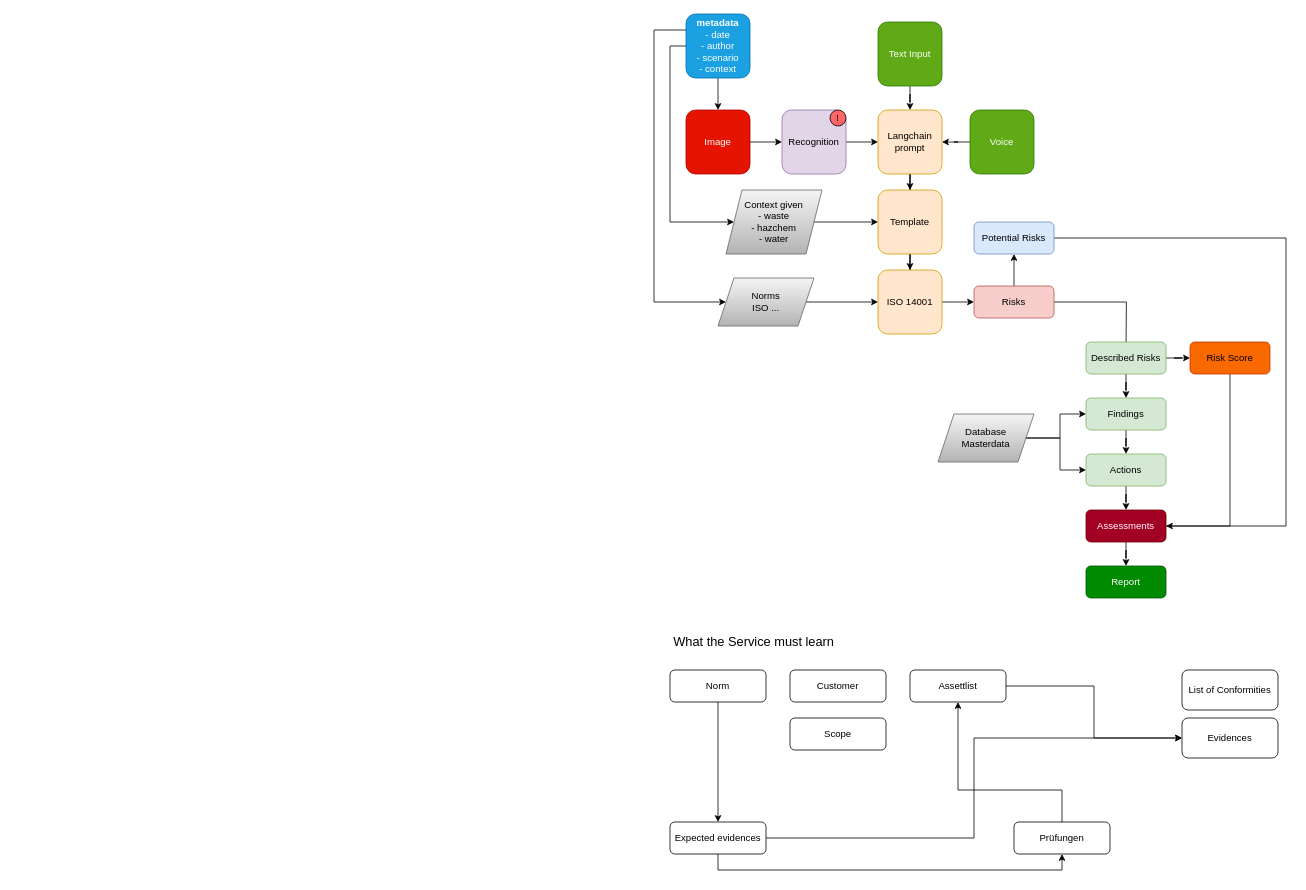
The draw.io diagram Untitled Diagram.drawio in beeplaced/beeplaced, before the edit. Source tidied: cells renumbered, new cells numbered last; positions are measured from the earlier drawing's top-left corner, leaving out a move shared by most shapes. Both pictures are drawn from the tidied source at 80%, with x=0, y=0 at pixel (654, 14).
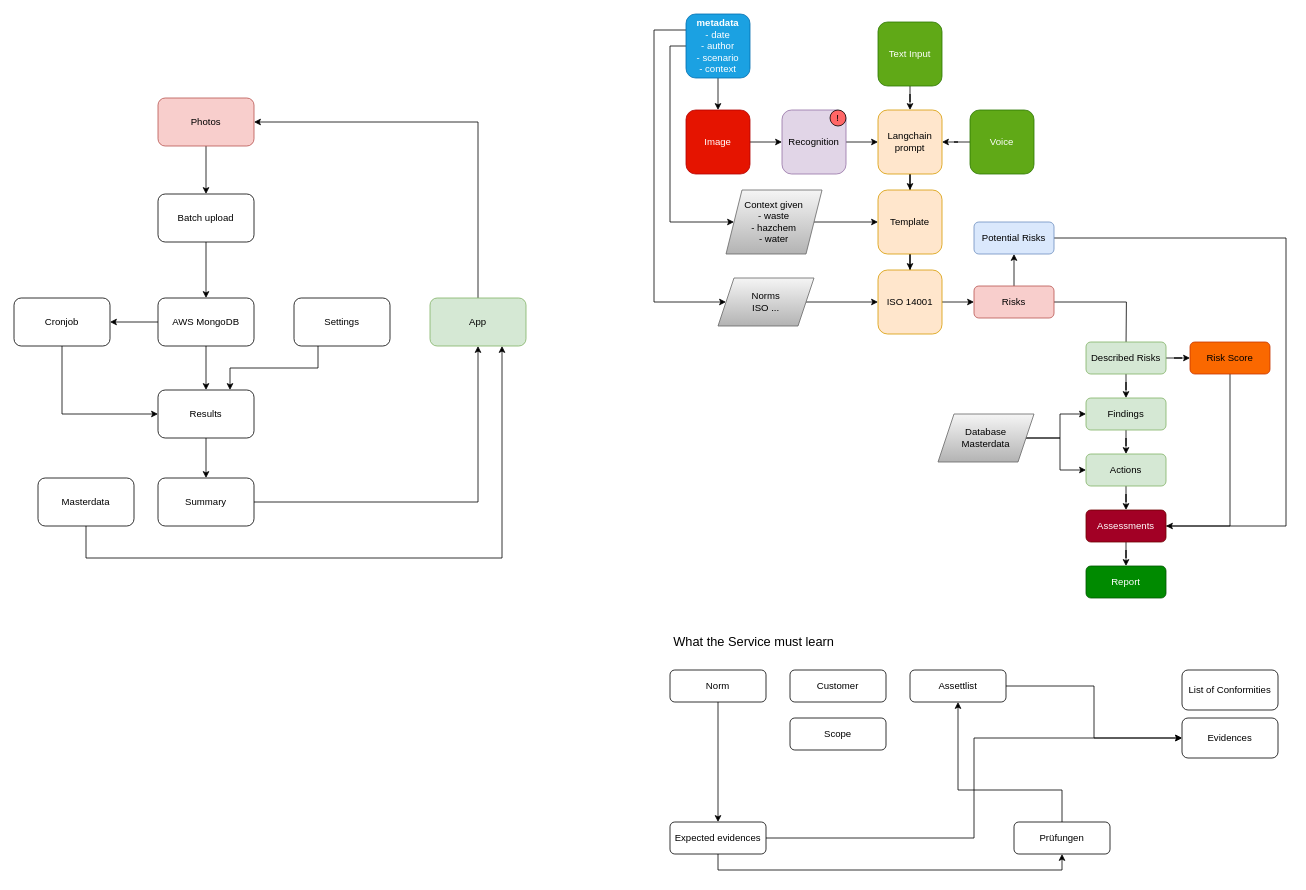
The same page after the edit.

The edit, as a diff of the source:
```diff
@@
+    <mxCell id="59" style="edgeStyle=orthogonalEdgeStyle;rounded=0;jettySize=auto;html=1;" parent="1" edge="1" source="60" target="62">
+      <mxGeometry relative="1" as="geometry" />
+    </mxCell>
+    <mxCell id="60" value="Photos" style="rounded=1;whiteSpace=wrap;html=1;fillColor=#f8cecc;strokeColor=#b85450;" parent="1" vertex="1">
+      <mxGeometry x="-620" y="105" width="120" height="60" as="geometry" />
+    </mxCell>
+    <mxCell id="61" style="edgeStyle=orthogonalEdgeStyle;rounded=0;jettySize=auto;html=1;" parent="1" edge="1" source="62" target="65">
+      <mxGeometry relative="1" as="geometry" />
+    </mxCell>
+    <mxCell id="62" value="Batch upload" style="rounded=1;whiteSpace=wrap;html=1;" parent="1" vertex="1">
+      <mxGeometry x="-620" y="225" width="120" height="60" as="geometry" />
+    </mxCell>
+    <mxCell id="63" style="edgeStyle=orthogonalEdgeStyle;rounded=0;jettySize=auto;html=1;" parent="1" edge="1" source="65" target="69">
+      <mxGeometry relative="1" as="geometry" />
+    </mxCell>
+    <mxCell id="64" style="edgeStyle=orthogonalEdgeStyle;rounded=0;jettySize=auto;html=1;" parent="1" edge="1" source="65" target="67">
+      <mxGeometry relative="1" as="geometry" />
+    </mxCell>
+    <mxCell id="65" value="AWS MongoDB" style="rounded=1;whiteSpace=wrap;html=1;" parent="1" vertex="1">
+      <mxGeometry x="-620" y="355" width="120" height="60" as="geometry" />
+    </mxCell>
+    <mxCell id="66" style="edgeStyle=orthogonalEdgeStyle;rounded=0;jettySize=auto;html=1;entryX=0;entryY=0.5;entryDx=0;entryDy=0;exitX=0.5;exitY=1;exitDx=0;exitDy=0;" parent="1" edge="1" source="67" target="69">
+      <mxGeometry relative="1" as="geometry" />
+    </mxCell>
+    <mxCell id="67" value="Cronjob" style="rounded=1;whiteSpace=wrap;html=1;" parent="1" vertex="1">
+      <mxGeometry x="-800" y="355" width="120" height="60" as="geometry" />
+    </mxCell>
+    <mxCell id="68" style="edgeStyle=orthogonalEdgeStyle;rounded=0;jettySize=auto;html=1;" parent="1" edge="1" source="69" target="71">
+      <mxGeometry relative="1" as="geometry" />
+    </mxCell>
+    <mxCell id="69" value="Results" style="rounded=1;whiteSpace=wrap;html=1;" parent="1" vertex="1">
+      <mxGeometry x="-620" y="470" width="120" height="60" as="geometry" />
+    </mxCell>
+    <mxCell id="70" style="edgeStyle=orthogonalEdgeStyle;rounded=0;jettySize=auto;html=1;entryX=0.5;entryY=1;entryDx=0;entryDy=0;" parent="1" edge="1" source="71" target="73">
+      <mxGeometry relative="1" as="geometry" />
+    </mxCell>
+    <mxCell id="71" value="Summary" style="rounded=1;whiteSpace=wrap;html=1;" parent="1" vertex="1">
+      <mxGeometry x="-620" y="580" width="120" height="60" as="geometry" />
+    </mxCell>
+    <mxCell id="72" style="edgeStyle=orthogonalEdgeStyle;rounded=0;jettySize=auto;html=1;exitX=0.5;exitY=0;exitDx=0;exitDy=0;entryX=1;entryY=0.5;entryDx=0;entryDy=0;" parent="1" edge="1" source="73" target="60">
+      <mxGeometry relative="1" as="geometry" />
+    </mxCell>
+    <mxCell id="73" value="App" style="rounded=1;whiteSpace=wrap;html=1;fillColor=#d5e8d4;strokeColor=#82b366;" parent="1" vertex="1">
+      <mxGeometry x="-280" y="355" width="120" height="60" as="geometry" />
+    </mxCell>
+    <mxCell id="74" style="edgeStyle=orthogonalEdgeStyle;rounded=0;jettySize=auto;html=1;entryX=0.75;entryY=0;entryDx=0;entryDy=0;exitX=0.25;exitY=1;exitDx=0;exitDy=0;" parent="1" edge="1" source="75" target="69">
+      <mxGeometry relative="1" as="geometry" />
+    </mxCell>
+    <mxCell id="75" value="Settings" style="rounded=1;whiteSpace=wrap;html=1;" parent="1" vertex="1">
+      <mxGeometry x="-450" y="355" width="120" height="60" as="geometry" />
+    </mxCell>
+    <mxCell id="76" style="edgeStyle=orthogonalEdgeStyle;rounded=0;jettySize=auto;html=1;entryX=0.75;entryY=1;entryDx=0;entryDy=0;exitX=0.5;exitY=1;exitDx=0;exitDy=0;" parent="1" edge="1" source="77" target="73">
+      <mxGeometry relative="1" as="geometry">
+        <Array as="points">
+          <mxPoint x="-710" y="680" />
+          <mxPoint x="-190" y="680" />
+        </Array>
+      </mxGeometry>
+    </mxCell>
+    <mxCell id="77" value="Masterdata" style="rounded=1;whiteSpace=wrap;html=1;" parent="1" vertex="1">
+      <mxGeometry x="-770" y="580" width="120" height="60" as="geometry" />
+    </mxCell>
```
